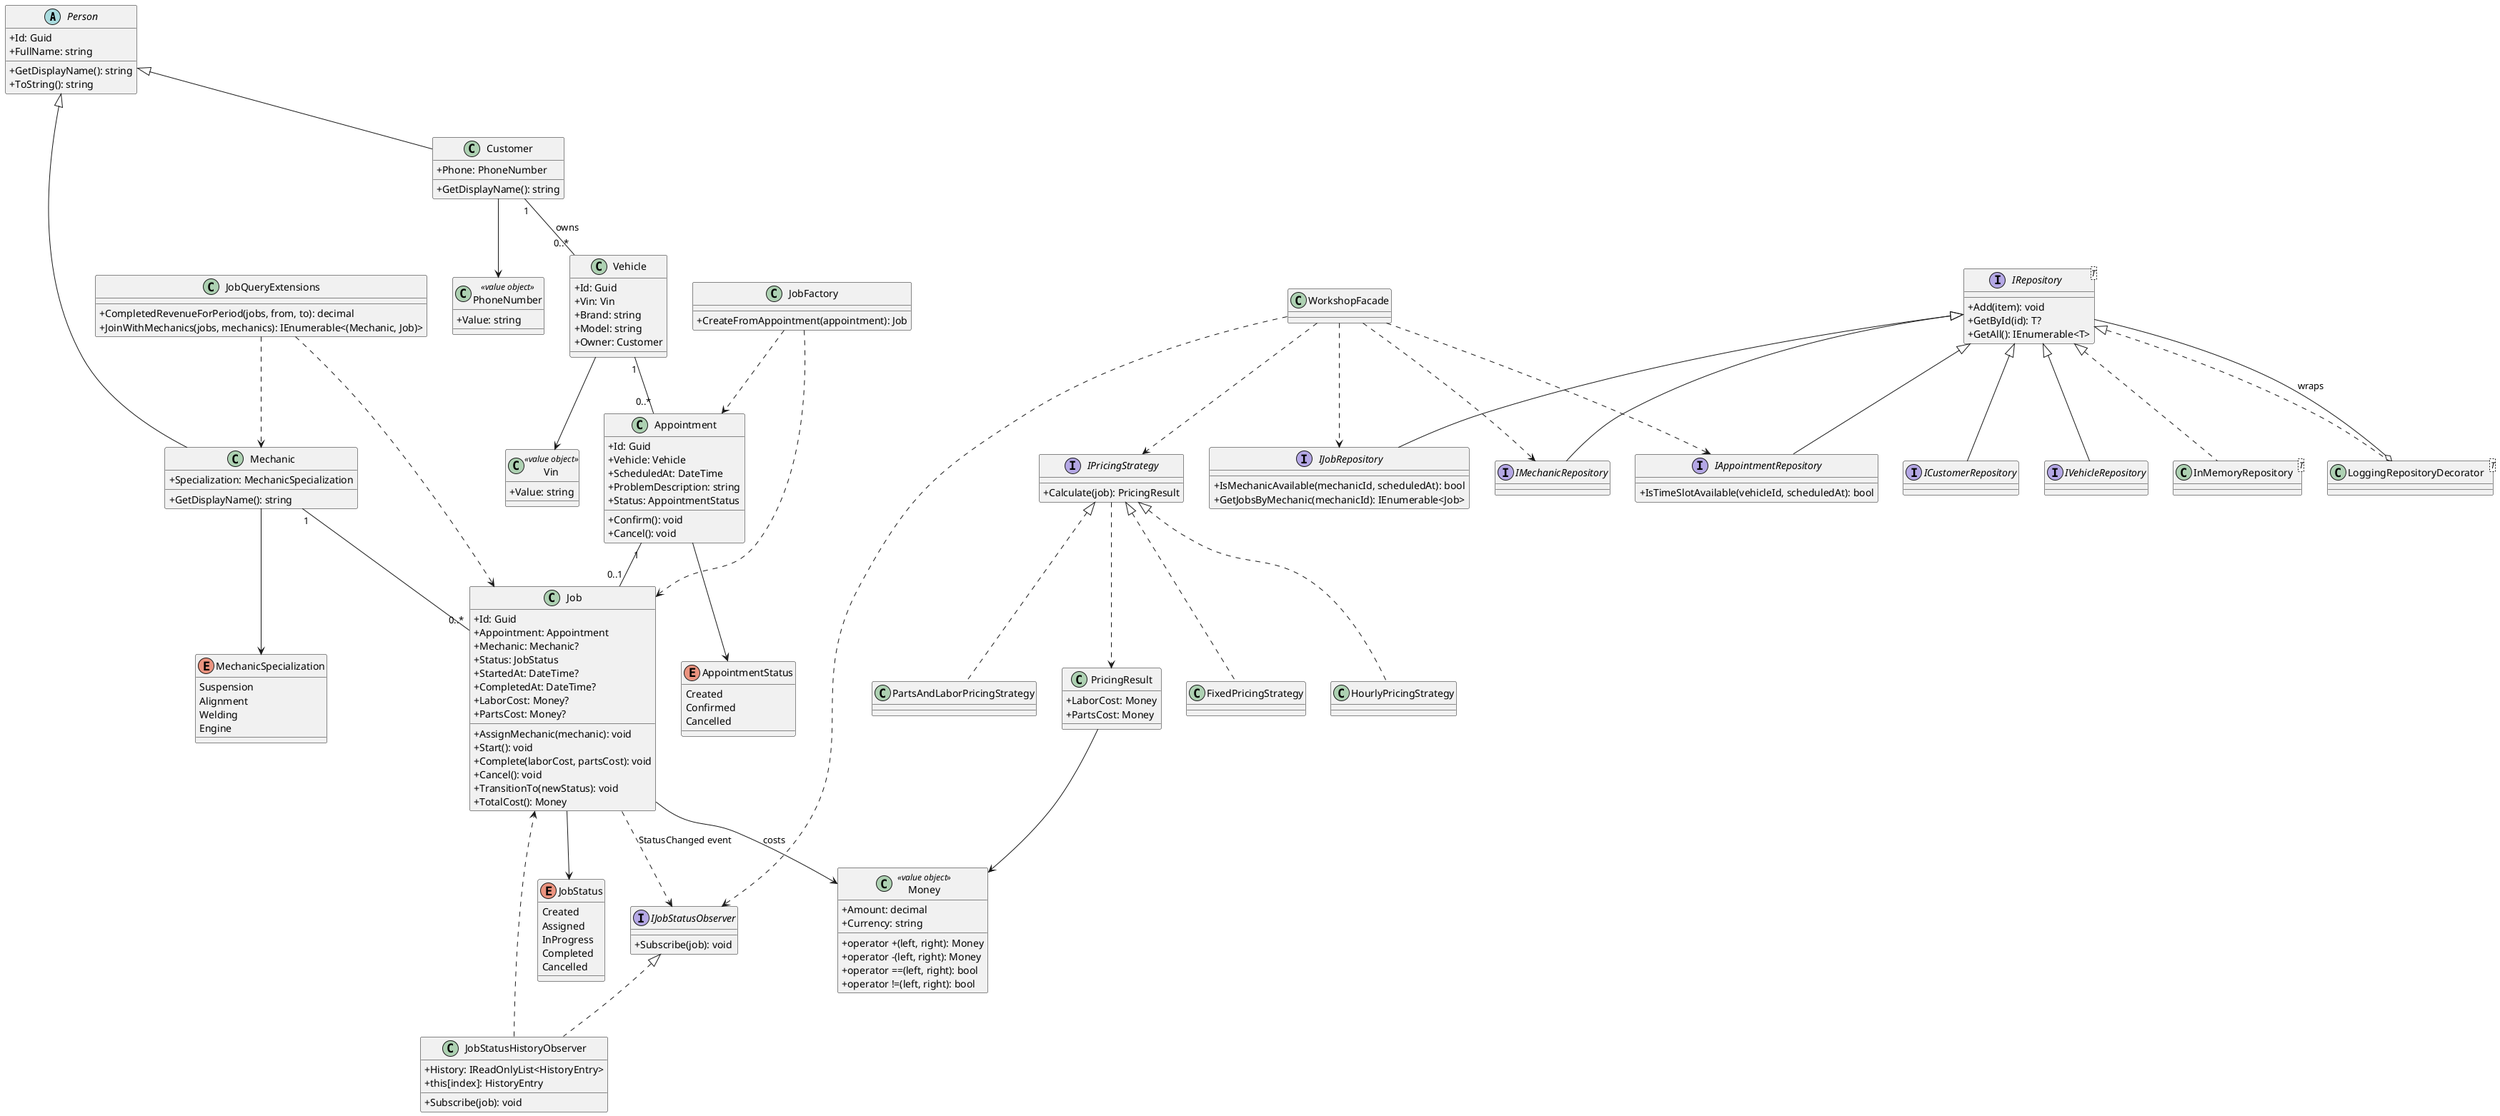
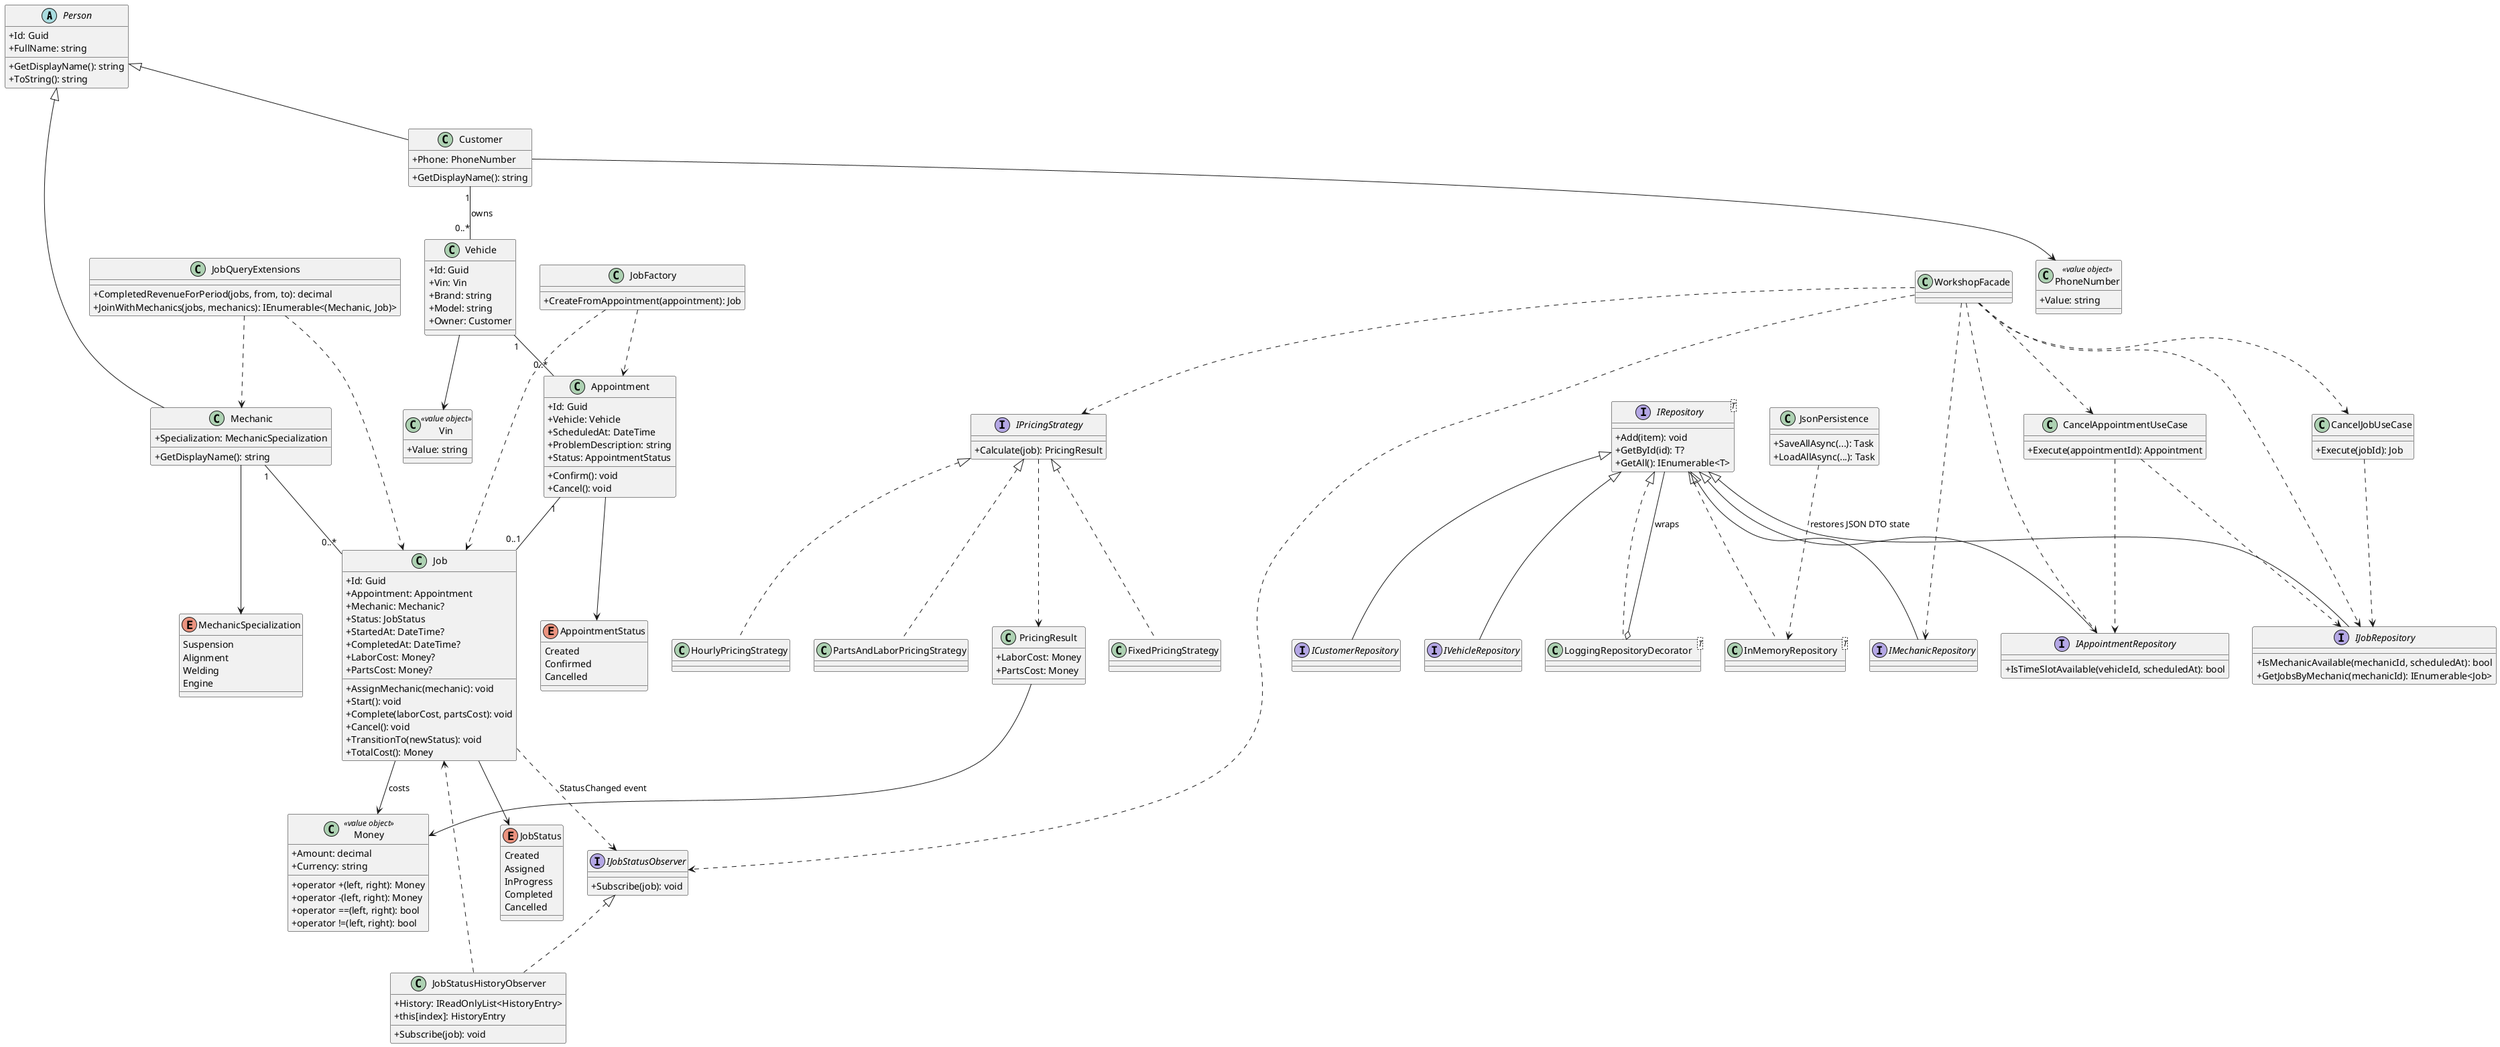
@startuml
skinparam classAttributeIconSize 0

abstract class Person {
  +Id: Guid
  +FullName: string
  +GetDisplayName(): string
  +ToString(): string
}

class Customer {
  +Phone: PhoneNumber
  +GetDisplayName(): string
}

class Mechanic {
  +Specialization: MechanicSpecialization
  +GetDisplayName(): string
}

class Vehicle {
  +Id: Guid
  +Vin: Vin
  +Brand: string
  +Model: string
  +Owner: Customer
}

class Appointment {
  +Id: Guid
  +Vehicle: Vehicle
  +ScheduledAt: DateTime
  +ProblemDescription: string
  +Status: AppointmentStatus
  +Confirm(): void
  +Cancel(): void
}

class Job {
  +Id: Guid
  +Appointment: Appointment
  +Mechanic: Mechanic?
  +Status: JobStatus
  +StartedAt: DateTime?
  +CompletedAt: DateTime?
  +LaborCost: Money?
  +PartsCost: Money?
  +AssignMechanic(mechanic): void
  +Start(): void
  +Complete(laborCost, partsCost): void
  +Cancel(): void
  +TransitionTo(newStatus): void
  +TotalCost(): Money
}

class Money <<value object>> {
  +Amount: decimal
  +Currency: string
  +operator +(left, right): Money
  +operator -(left, right): Money
  +operator ==(left, right): bool
  +operator !=(left, right): bool
}

class Vin <<value object>> {
  +Value: string
}

class PhoneNumber <<value object>> {
  +Value: string
}

class JobFactory {
  +CreateFromAppointment(appointment): Job
}

interface IPricingStrategy {
  +Calculate(job): PricingResult
}

class FixedPricingStrategy
class HourlyPricingStrategy
class PartsAndLaborPricingStrategy

class PricingResult {
  +LaborCost: Money
  +PartsCost: Money
}

interface IJobStatusObserver {
  +Subscribe(job): void
}

class JobStatusHistoryObserver {
  +History: IReadOnlyList<HistoryEntry>
  +this[index]: HistoryEntry
  +Subscribe(job): void
}

interface IRepository<T> {
  +Add(item): void
  +GetById(id): T?
  +GetAll(): IEnumerable<T>
}

interface ICustomerRepository
interface IVehicleRepository
interface IMechanicRepository
interface IAppointmentRepository {
  +IsTimeSlotAvailable(vehicleId, scheduledAt): bool
}
interface IJobRepository {
  +IsMechanicAvailable(mechanicId, scheduledAt): bool
  +GetJobsByMechanic(mechanicId): IEnumerable<Job>
}

class InMemoryRepository<T>
class LoggingRepositoryDecorator<T>
class WorkshopFacade
+ class CancelAppointmentUseCase {
+   +Execute(appointmentId): Appointment
+ }
+ class CancelJobUseCase {
+   +Execute(jobId): Job
+ }
class JobQueryExtensions {
  +CompletedRevenueForPeriod(jobs, from, to): decimal
  +JoinWithMechanics(jobs, mechanics): IEnumerable<(Mechanic, Job)>
+ }
+ class JsonPersistence {
+   +SaveAllAsync(...): Task
+   +LoadAllAsync(...): Task
}

enum MechanicSpecialization {
  Suspension
  Alignment
  Welding
  Engine
}

enum AppointmentStatus {
  Created
  Confirmed
  Cancelled
}

enum JobStatus {
  Created
  Assigned
  InProgress
  Completed
  Cancelled
}

Person <|-- Customer
Person <|-- Mechanic

Customer "1" -- "0..*" Vehicle : owns
Vehicle "1" -- "0..*" Appointment
Appointment "1" -- "0..1" Job
Mechanic "1" -- "0..*" Job

Vehicle --> Vin
Customer --> PhoneNumber
Appointment --> AppointmentStatus
Job --> JobStatus
Mechanic --> MechanicSpecialization
Job --> Money : costs

JobFactory ..> Appointment
JobFactory ..> Job

IPricingStrategy <|.. FixedPricingStrategy
IPricingStrategy <|.. HourlyPricingStrategy
IPricingStrategy <|.. PartsAndLaborPricingStrategy
IPricingStrategy ..> PricingResult
PricingResult --> Money

IJobStatusObserver <|.. JobStatusHistoryObserver
JobStatusHistoryObserver ..> Job
Job ..> IJobStatusObserver : StatusChanged event

IRepository <|-- ICustomerRepository
IRepository <|-- IVehicleRepository
IRepository <|-- IMechanicRepository
IRepository <|-- IAppointmentRepository
IRepository <|-- IJobRepository

IRepository <|.. InMemoryRepository
IRepository <|.. LoggingRepositoryDecorator
LoggingRepositoryDecorator o-- IRepository : wraps

WorkshopFacade ..> IAppointmentRepository
WorkshopFacade ..> IJobRepository
WorkshopFacade ..> IMechanicRepository
WorkshopFacade ..> IPricingStrategy
WorkshopFacade ..> IJobStatusObserver
+ WorkshopFacade ..> CancelAppointmentUseCase
+ WorkshopFacade ..> CancelJobUseCase
+ CancelAppointmentUseCase ..> IAppointmentRepository
+ CancelAppointmentUseCase ..> IJobRepository
+ CancelJobUseCase ..> IJobRepository

JobQueryExtensions ..> Job
JobQueryExtensions ..> Mechanic
+ JsonPersistence ..> InMemoryRepository : restores JSON DTO state
@enduml
